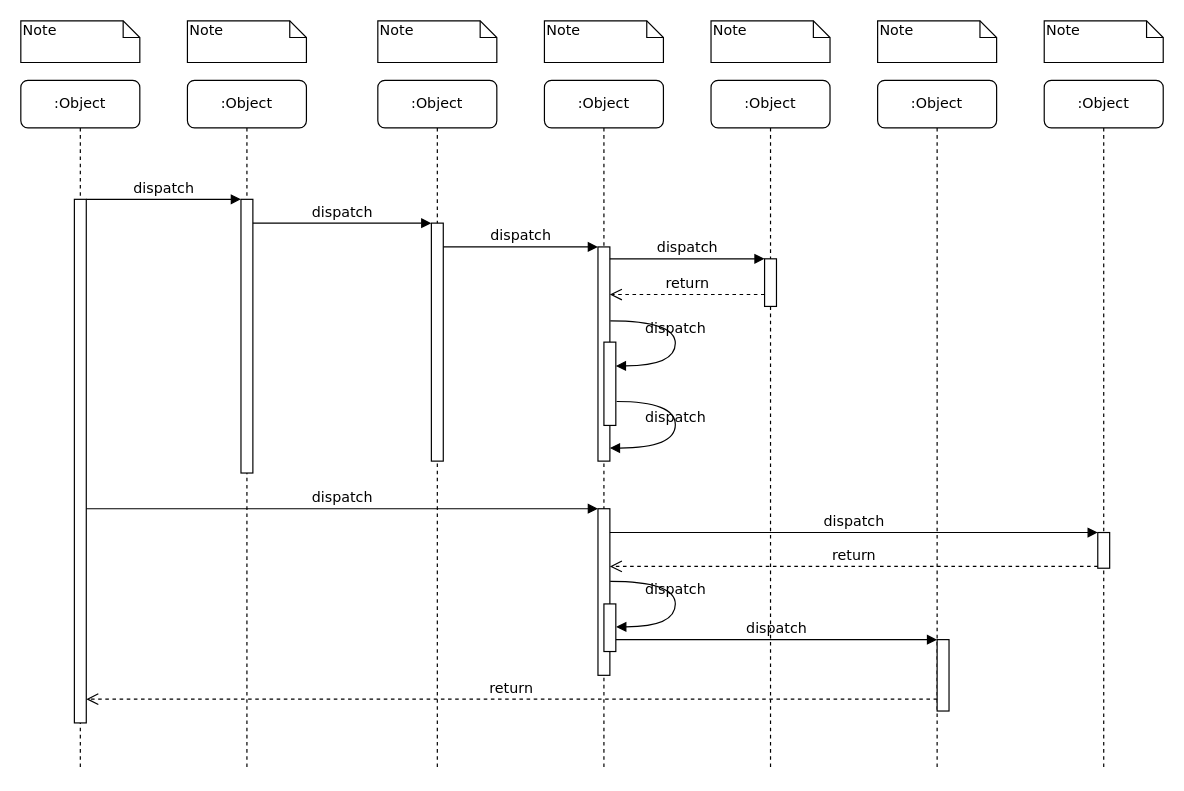
Above: 分布式系统两阶段提交.drawio in wanghengg/picture (draw.io), before the change. Source tidied: cells renumbered, new cells numbered last; positions are measured from the earlier drawing's top-left corner, leaving out a move shared by most shapes. Both pictures are drawn from the tidied source at 119%, with x=0, y=0 at pixel (20, 20).
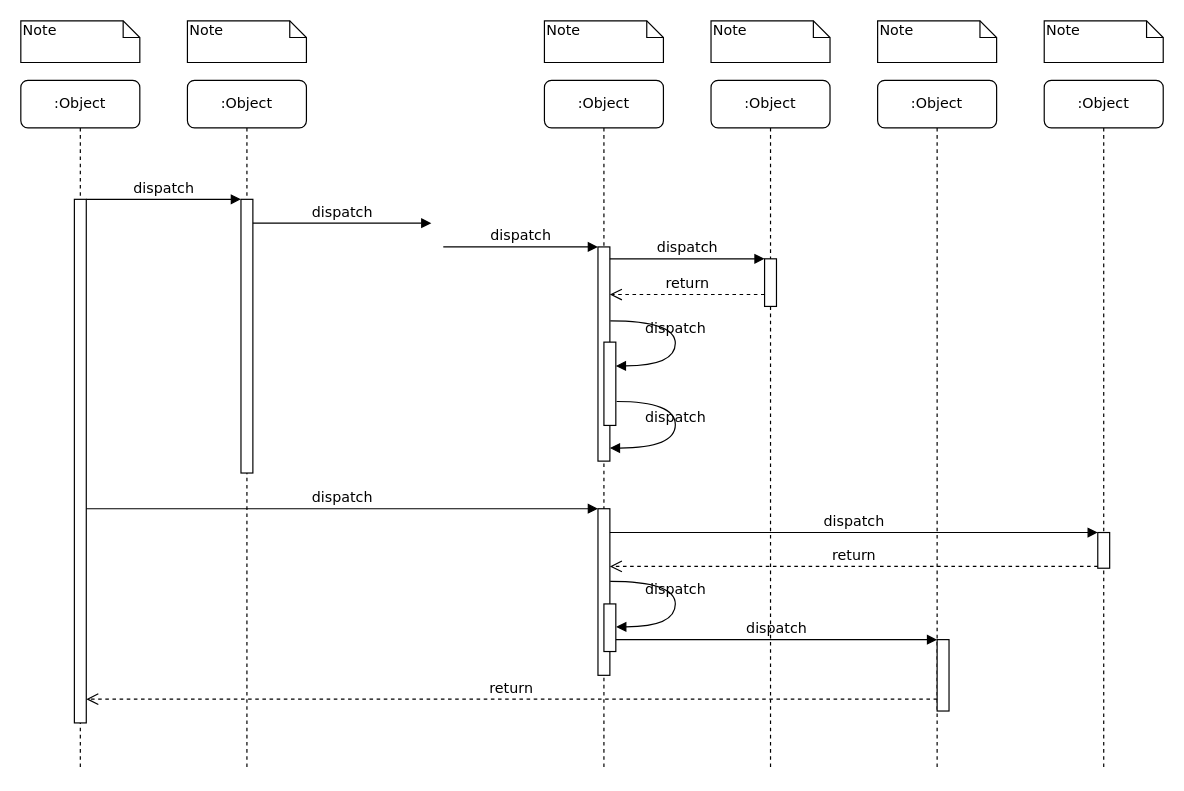
The same page after the edit.

Commit message:
更新分布式系统两阶段提交.drawio

Unchanged cells that the change refers to:
```xml
<mxCell id="3" style="html=1;points=[];perimeter=orthogonalPerimeter;rounded=0;shadow=0;comic=0;labelBackgroundColor=none;strokeWidth=1;fontFamily=Verdana;fontSize=12;align=center;" parent="2" vertex="1">
  <mxGeometry x="45" y="100" width="10" height="230" as="geometry" />
</mxCell>
<mxCell id="12" style="html=1;points=[];perimeter=orthogonalPerimeter;rounded=0;shadow=0;comic=0;labelBackgroundColor=none;strokeWidth=1;fontFamily=Verdana;fontSize=12;align=center;" parent="1" vertex="1">
  <mxGeometry x="485" y="190" width="10" height="180" as="geometry" />
</mxCell>
```

Diff of the diagram source:
```diff
@@
-    <mxCell id="4" value=":Object" style="shape=umlLifeline;perimeter=lifelinePerimeter;whiteSpace=wrap;html=1;rounded=1;shadow=0;comic=0;labelBackgroundColor=none;strokeWidth=1;fontFamily=Verdana;fontSize=12;align=center;" parent="1" vertex="1">
-      <mxGeometry x="300" y="50" width="100" height="580" as="geometry" />
-    </mxCell>
-    <mxCell id="5" style="html=1;points=[];perimeter=orthogonalPerimeter;rounded=0;shadow=0;comic=0;labelBackgroundColor=none;strokeWidth=1;fontFamily=Verdana;fontSize=12;align=center;" parent="4" vertex="1">
-      <mxGeometry x="45" y="120" width="10" height="200" as="geometry" />
-    </mxCell>
@@
-    <mxCell id="13" value="dispatch" style="html=1;verticalAlign=bottom;endArrow=block;labelBackgroundColor=none;fontFamily=Verdana;fontSize=12;edgeStyle=elbowEdgeStyle;elbow=vertical;" parent="1" edge="1" source="5" target="12">
+    <mxCell id="13" value="dispatch" style="html=1;verticalAlign=bottom;endArrow=block;labelBackgroundColor=none;fontFamily=Verdana;fontSize=12;edgeStyle=elbowEdgeStyle;elbow=vertical;" parent="1" edge="1" target="12">
       <mxGeometry relative="1" as="geometry">
+        <mxPoint x="355" y="190" as="sourcePoint" />
         <Array as="points">
           <mxPoint x="360" y="190" />
         </Array>
       </mxGeometry>
     </mxCell>
@@
-    <mxCell id="26" value="dispatch" style="html=1;verticalAlign=bottom;endArrow=block;entryX=0;entryY=0;labelBackgroundColor=none;fontFamily=Verdana;fontSize=12;edgeStyle=elbowEdgeStyle;elbow=vertical;" parent="1" edge="1" source="3" target="5">
-      <mxGeometry relative="1" as="geometry" />
+    <mxCell id="26" value="dispatch" style="html=1;verticalAlign=bottom;endArrow=block;entryX=0;entryY=0;labelBackgroundColor=none;fontFamily=Verdana;fontSize=12;edgeStyle=elbowEdgeStyle;elbow=vertical;" parent="1" edge="1" source="3">
+      <mxGeometry relative="1" as="geometry">
+        <mxPoint x="345" y="170" as="targetPoint" />
+      </mxGeometry>
     </mxCell>
@@
-    <mxCell id="34" value="Note" style="shape=note;whiteSpace=wrap;html=1;size=14;verticalAlign=top;align=left;spacingTop=-6;rounded=0;shadow=0;comic=0;labelBackgroundColor=none;strokeWidth=1;fontFamily=Verdana;fontSize=12;" parent="1" vertex="1">
-      <mxGeometry x="300" width="100" height="35" as="geometry" />
-    </mxCell>
```
